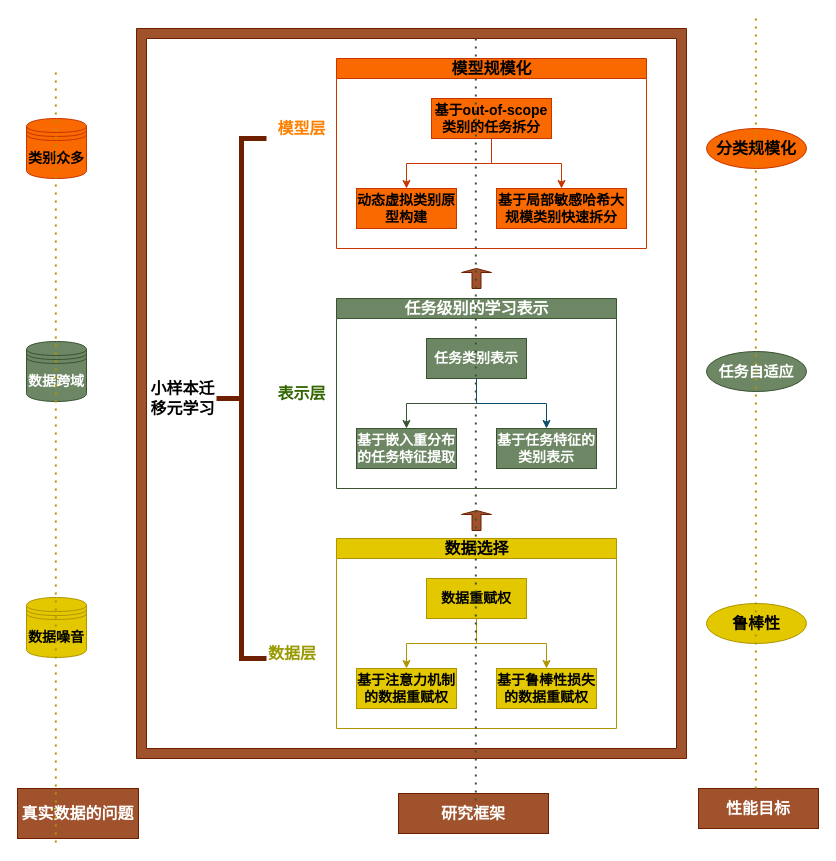
ilovetomato/datasharing keeps this draw.io diagram as Realistic Few Shot Learning.drawio. Above is the earlier version. Source tidied: cells renumbered, new cells numbered last; positions are measured from the earlier drawing's top-left corner, leaving out a move shared by most shapes. Both pictures are drawn from the tidied source at 100%, with x=0, y=0 at pixel (17, 18).
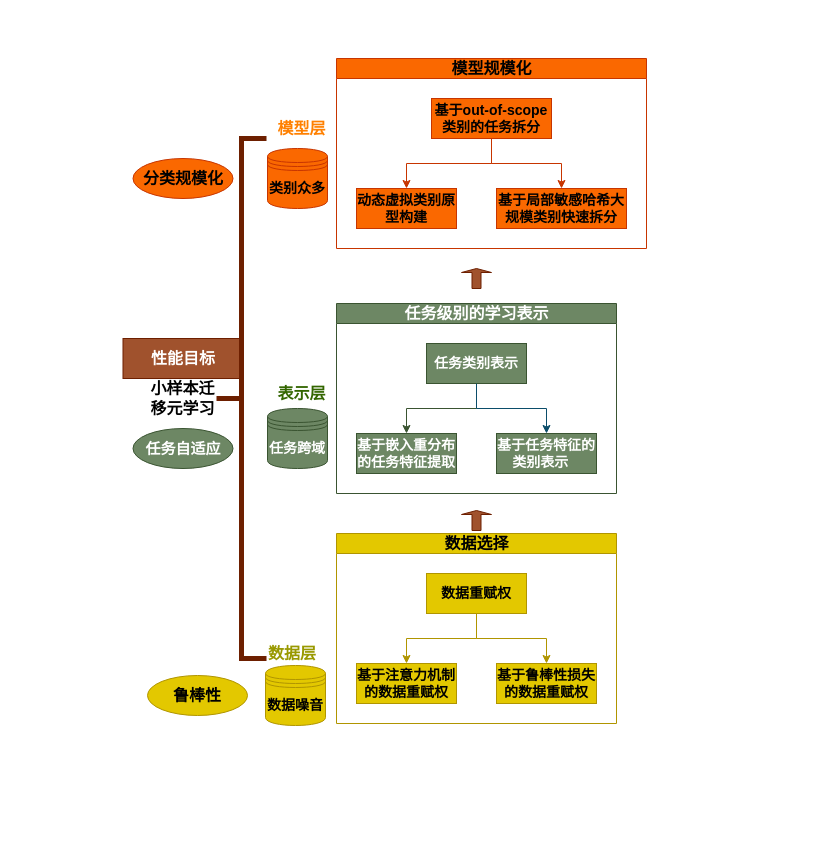
The same page after the edit.

The edit, as a diff of the source:
```diff
@@
     <mxCell id="2" value="&lt;font style=&quot;font-size: 14px&quot;&gt;&lt;b&gt;数据噪音&lt;/b&gt;&lt;/font&gt;" style="shape=datastore;whiteSpace=wrap;html=1;fillColor=#e3c800;strokeColor=#B09500;" parent="1" vertex="1">
-      <mxGeometry x="9" y="579" width="60" height="60" as="geometry" />
+      <mxGeometry x="248" y="647" width="60" height="60" as="geometry" />
     </mxCell>
     <mxCell id="3" value="&lt;font style=&quot;font-size: 16px&quot;&gt;&lt;b&gt;性能目标&lt;/b&gt;&lt;/font&gt;" style="text;html=1;strokeColor=#6D1F00;fillColor=#a0522d;align=center;verticalAlign=middle;whiteSpace=wrap;rounded=0;fontColor=#ffffff;" parent="1" vertex="1">
-      <mxGeometry x="681" y="770" width="120" height="40" as="geometry" />
+      <mxGeometry x="105.5" y="320" width="120" height="40" as="geometry" />
     </mxCell>
-    <mxCell id="4" value="&lt;font style=&quot;font-size: 14px&quot;&gt;&lt;b&gt;数据跨域&lt;/b&gt;&lt;/font&gt;" style="shape=datastore;whiteSpace=wrap;html=1;fillColor=#6d8764;strokeColor=#3A5431;fontColor=#ffffff;" parent="1" vertex="1">
-      <mxGeometry x="9" y="323" width="60" height="60" as="geometry" />
+    <mxCell id="4" value="&lt;font style=&quot;font-size: 14px&quot;&gt;&lt;b&gt;任务跨域&lt;/b&gt;&lt;/font&gt;" style="shape=datastore;whiteSpace=wrap;html=1;fillColor=#6d8764;strokeColor=#3A5431;fontColor=#ffffff;" parent="1" vertex="1">
+      <mxGeometry x="250" y="390" width="60" height="60" as="geometry" />
     </mxCell>
     <mxCell id="5" value="&lt;font style=&quot;font-size: 14px&quot;&gt;&lt;b&gt;类别众多&lt;/b&gt;&lt;/font&gt;" style="shape=datastore;whiteSpace=wrap;html=1;fillColor=#fa6800;strokeColor=#C73500;" parent="1" vertex="1">
-      <mxGeometry x="9" y="100" width="60" height="60" as="geometry" />
+      <mxGeometry x="250" y="130" width="60" height="60" as="geometry" />
     </mxCell>
-    <mxCell id="6" value="&lt;font style=&quot;font-size: 16px&quot;&gt;&lt;b&gt;研究框架&lt;/b&gt;&lt;/font&gt;" style="text;html=1;strokeColor=#6D1F00;fillColor=#a0522d;align=center;verticalAlign=middle;whiteSpace=wrap;rounded=0;fontColor=#ffffff;" parent="1" vertex="1">
-      <mxGeometry x="381" y="775" width="150" height="40" as="geometry" />
-    </mxCell>
     <mxCell id="7" value="&lt;font style=&quot;font-size: 16px&quot;&gt;&lt;b&gt;鲁棒性&lt;/b&gt;&lt;/font&gt;" style="ellipse;whiteSpace=wrap;html=1;align=center;newEdgeStyle={&quot;edgeStyle&quot;:&quot;entityRelationEdgeStyle&quot;,&quot;startArrow&quot;:&quot;none&quot;,&quot;endArrow&quot;:&quot;none&quot;,&quot;segment&quot;:10,&quot;curved&quot;:1};fillColor=#e3c800;strokeColor=#B09500;" parent="1" vertex="1">
-      <mxGeometry x="689" y="585" width="100" height="40" as="geometry" />
+      <mxGeometry x="130" y="657" width="100" height="40" as="geometry" />
     </mxCell>
     <mxCell id="8" value="&lt;font style=&quot;font-size: 15px&quot;&gt;&lt;b&gt;任务自适应&lt;/b&gt;&lt;/font&gt;" style="ellipse;whiteSpace=wrap;html=1;align=center;newEdgeStyle={&quot;edgeStyle&quot;:&quot;entityRelationEdgeStyle&quot;,&quot;startArrow&quot;:&quot;none&quot;,&quot;endArrow&quot;:&quot;none&quot;,&quot;segment&quot;:10,&quot;curved&quot;:1};fillColor=#6d8764;strokeColor=#3A5431;fontColor=#ffffff;" parent="1" vertex="1">
-      <mxGeometry x="689" y="333" width="100" height="40" as="geometry" />
+      <mxGeometry x="115.5" y="410" width="100" height="40" as="geometry" />
     </mxCell>
     <mxCell id="9" value="&lt;font style=&quot;font-size: 16px&quot;&gt;&lt;b&gt;分类规模化&lt;/b&gt;&lt;/font&gt;" style="ellipse;whiteSpace=wrap;html=1;align=center;newEdgeStyle={&quot;edgeStyle&quot;:&quot;entityRelationEdgeStyle&quot;,&quot;startArrow&quot;:&quot;none&quot;,&quot;endArrow&quot;:&quot;none&quot;,&quot;segment&quot;:10,&quot;curved&quot;:1};fillColor=#fa6800;strokeColor=#C73500;" parent="1" vertex="1">
-      <mxGeometry x="689" y="110" width="100" height="40" as="geometry" />
+      <mxGeometry x="115.5" y="140" width="100" height="40" as="geometry" />
     </mxCell>
     <mxCell id="10" value="&lt;font style=&quot;font-size: 16px&quot;&gt;任务级别的学习表示&lt;/font&gt;" style="swimlane;html=1;startSize=20;horizontal=1;horizontalTree=0;containerType=tree;fillColor=#6d8764;strokeColor=#3A5431;fontColor=#ffffff;" parent="1" vertex="1">
-      <mxGeometry x="319" y="280" width="280" height="190" as="geometry" />
+      <mxGeometry x="319" y="285" width="280" height="190" as="geometry" />
     </mxCell>
@@
-    <mxCell id="12" value="&lt;font style=&quot;font-size: 14px&quot;&gt;&lt;b&gt;基于嵌入重分布的任务特征提取&lt;/b&gt;&lt;/font&gt;" style="whiteSpace=wrap;html=1;fillColor=#6d8764;strokeColor=#3A5431;fontColor=#ffffff;" parent="10" vertex="1">
+    <mxCell id="12" value="&lt;font style=&quot;font-size: 14px&quot;&gt;&lt;b&gt;基于嵌入重分布的任务特征提取&lt;br&gt;&lt;/b&gt;&lt;/font&gt;" style="whiteSpace=wrap;html=1;fillColor=#6d8764;strokeColor=#3A5431;fontColor=#ffffff;" parent="10" vertex="1">
       <mxGeometry x="20" y="130" width="100" height="40" as="geometry" />
     </mxCell>
@@
-    <mxCell id="14" value="&lt;font style=&quot;font-size: 14px&quot;&gt;&lt;b&gt;基于任务特征的类别表示&lt;/b&gt;&lt;/font&gt;" style="whiteSpace=wrap;html=1;fillColor=#6d8764;strokeColor=#3A5431;fontColor=#ffffff;" parent="10" vertex="1">
+    <mxCell id="14" value="&lt;font style=&quot;font-size: 14px&quot;&gt;&lt;b&gt;基于任务特征的类别表示&amp;nbsp; &amp;nbsp;&lt;/b&gt;&lt;/font&gt;" style="whiteSpace=wrap;html=1;fillColor=#6d8764;strokeColor=#3A5431;fontColor=#ffffff;" parent="10" vertex="1">
       <mxGeometry x="160" y="130" width="100" height="40" as="geometry" />
     </mxCell>
@@
     <mxCell id="22" value="&lt;font style=&quot;font-size: 16px&quot;&gt;数据选择&lt;/font&gt;" style="swimlane;html=1;startSize=20;horizontal=1;horizontalTree=0;containerType=tree;fillColor=#e3c800;strokeColor=#B09500;" parent="1" vertex="1">
-      <mxGeometry x="319" y="520" width="280" height="190" as="geometry" />
+      <mxGeometry x="319" y="515" width="280" height="190" as="geometry" />
     </mxCell>
@@
-    <mxCell id="28" value="&lt;font style=&quot;font-size: 16px&quot;&gt;&lt;b&gt;真实数据的问题&lt;/b&gt;&lt;/font&gt;" style="text;html=1;strokeColor=#6D1F00;fillColor=#a0522d;align=center;verticalAlign=middle;whiteSpace=wrap;rounded=0;fontColor=#ffffff;" parent="1" vertex="1">
-      <mxGeometry y="770" width="121" height="50" as="geometry" />
-    </mxCell>
@@
-    <mxCell id="31" style="verticalLabelPosition=bottom;verticalAlign=top;html=1;shape=mxgraph.basic.frame;dx=10;fillColor=#a0522d;strokeColor=#6D1F00;fontColor=#ffffff;" parent="1" vertex="1">
-      <mxGeometry x="119" y="10" width="550" height="730" as="geometry" />
-    </mxCell>
@@
-    <mxCell id="37" style="endArrow=none;dashed=1;html=1;dashPattern=1 3;strokeWidth=2;strokeColor=#3A5431;fillColor=#6d8764;" parent="1" edge="1">
-      <mxGeometry relative="1" as="geometry">
-        <mxPoint x="458.3" y="790" as="sourcePoint" />
-        <mxPoint x="458.3" y="20" as="targetPoint" />
-      </mxGeometry>
-    </mxCell>
-    <mxCell id="38" style="endArrow=none;dashed=1;html=1;dashPattern=1 3;strokeWidth=2;strokeColor=#B09500;fillColor=#e3c800;" parent="1" edge="1">
-      <mxGeometry relative="1" as="geometry">
-        <mxPoint x="738.3" y="770" as="sourcePoint" />
-        <mxPoint x="738.3" as="targetPoint" />
-      </mxGeometry>
-    </mxCell>
-    <mxCell id="39" style="endArrow=none;dashed=1;html=1;dashPattern=1 3;strokeWidth=2;strokeColor=#B09500;fillColor=#e3c800;" parent="1" edge="1">
-      <mxGeometry relative="1" as="geometry">
-        <mxPoint x="38.3" y="824" as="sourcePoint" />
-        <mxPoint x="38.3" y="54" as="targetPoint" />
-      </mxGeometry>
-    </mxCell>
```
